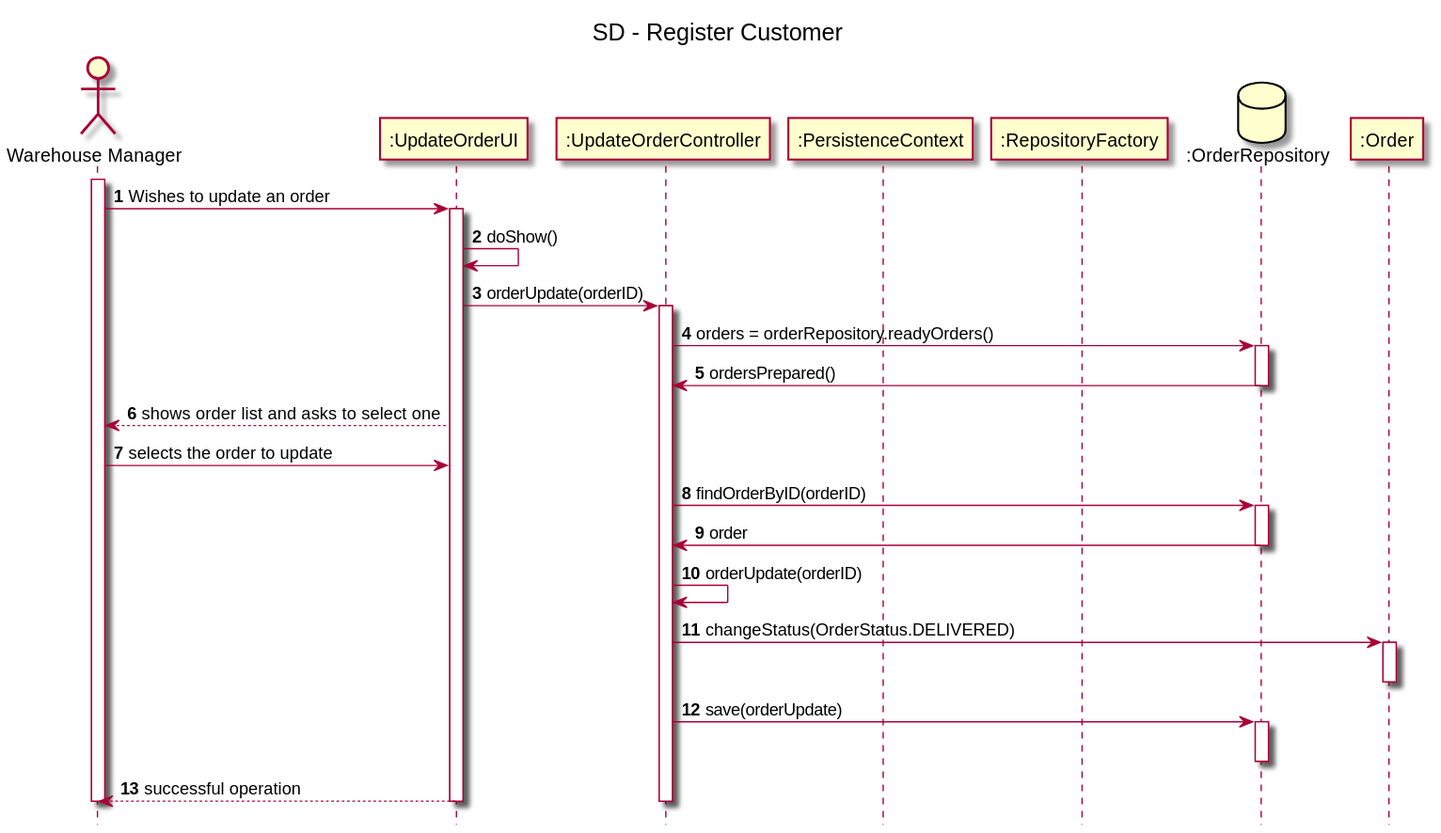
The PlantUML diagram Documentação/1190772/US2004/US2004_SD.svg in 1190772/LAB-Project-4, before a commit.
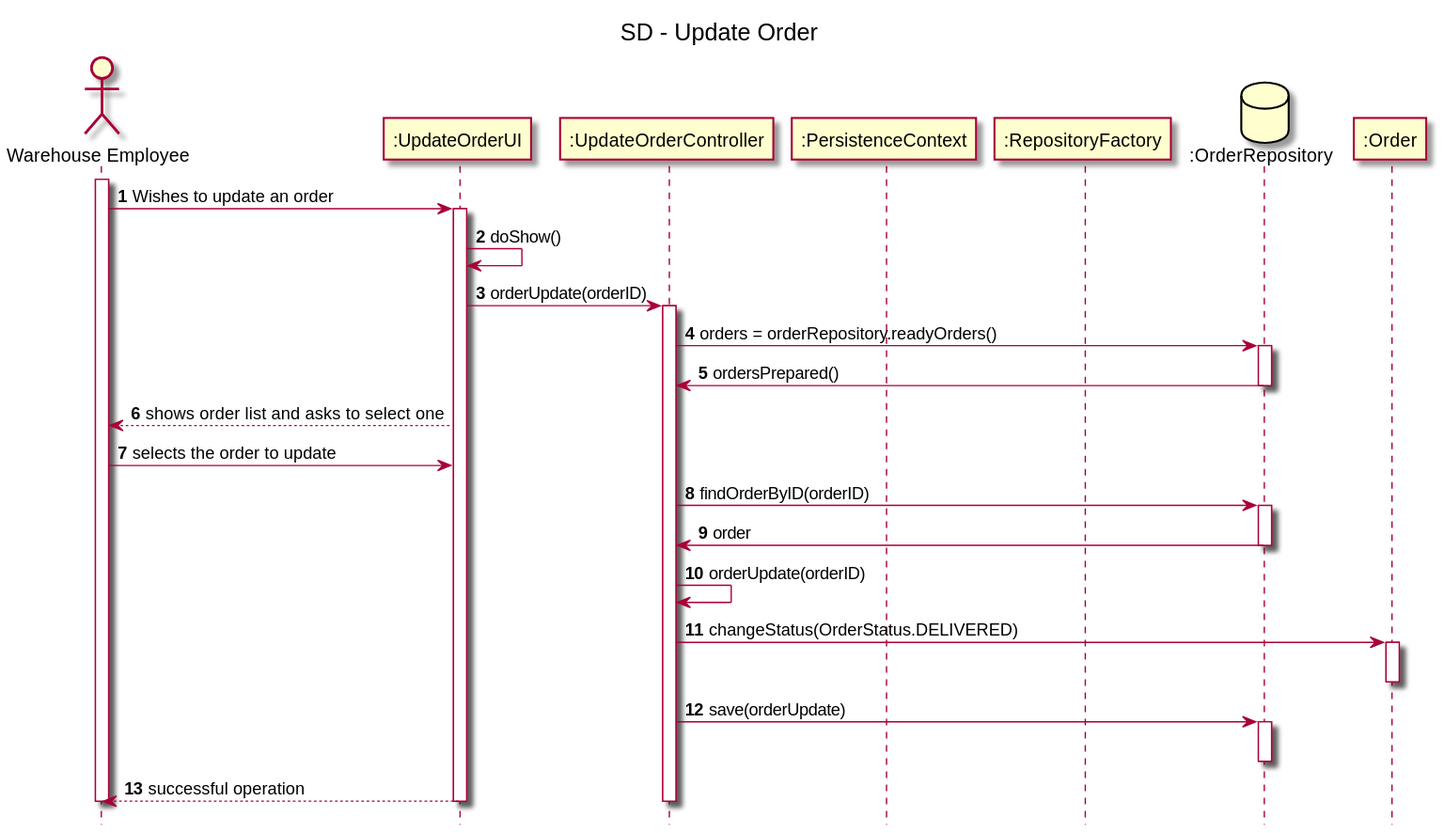
The same diagram one commit later.

Diff of the diagram source:
```diff
@@ -2,9 +2,9 @@
 autonumber
 hide footbox
 
-title SD - Register Customer
+title SD - Update Order
 
-        actor "Warehouse Manager" as wm
+        actor "Warehouse Employee" as wm
 		participant ":UpdateOrderUI" as ui
 		participant ":UpdateOrderController" as ctrl
 		participant ":PersistenceContext" as pc
```
